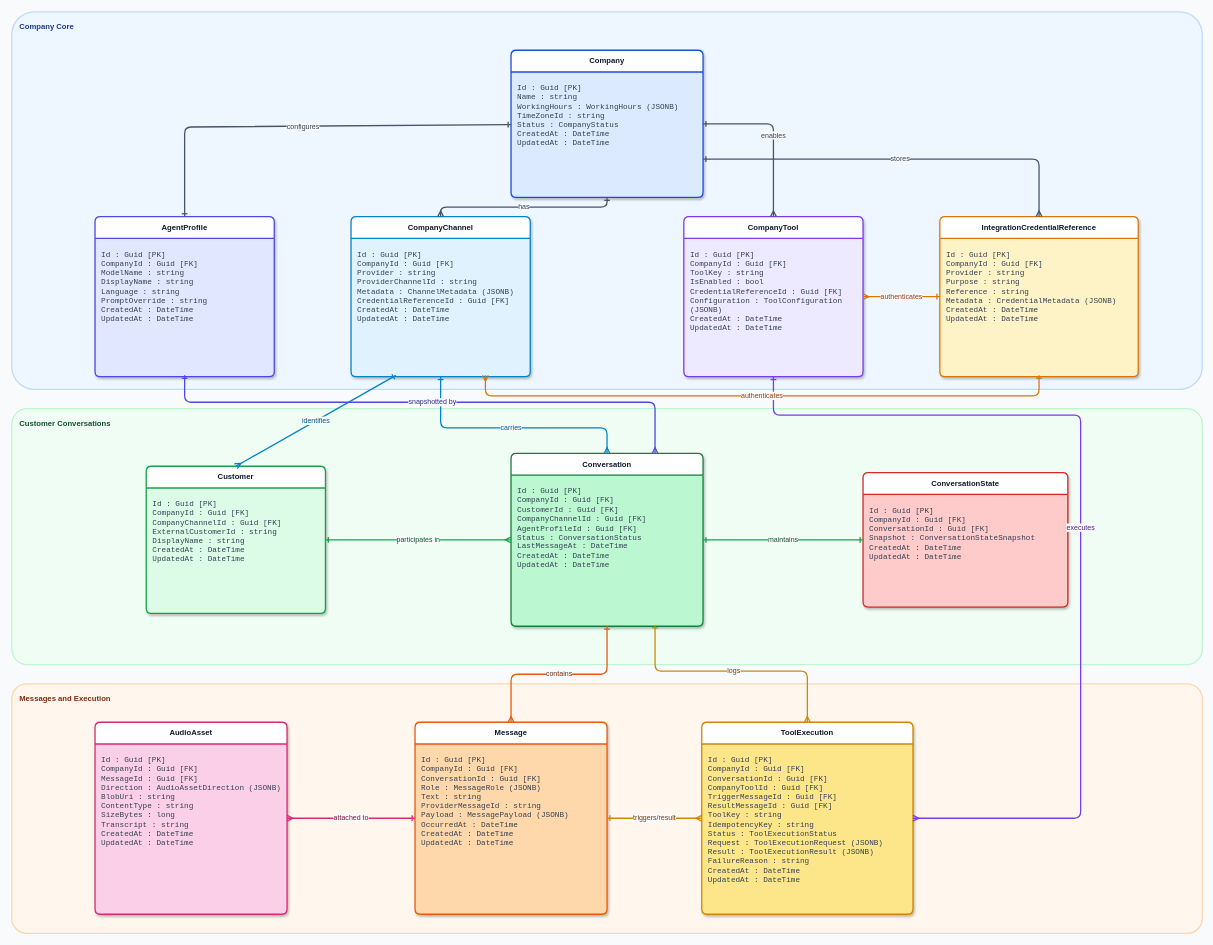
Above: docs/database_schema.drawio in farenassr/CEOAgent (draw.io), before the change. Source tidied: cells renumbered, new cells numbered last; positions are measured from the earlier drawing's top-left corner, leaving out a move shared by most shapes. Both pictures are drawn from the tidied source at 64%, with x=0, y=0 at pixel (12, 12).
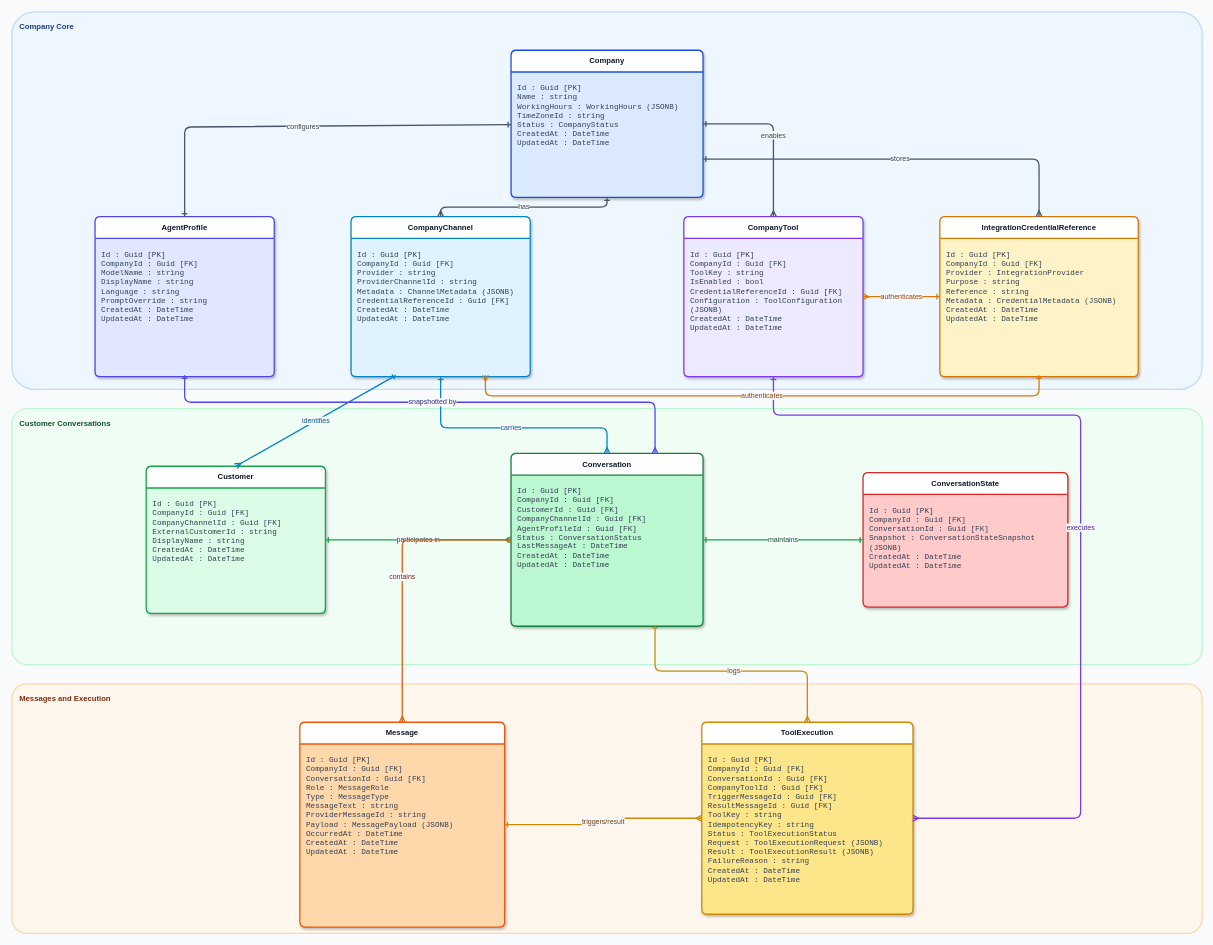
The same diagram, later.

The change refers to these unchanged cells:
```xml
<mxCell id="13" value="IntegrationCredentialReference" style="swimlane;whiteSpace=wrap;html=1;fontStyle=1;rounded=1;arcSize=8;startSize=34;fillColor=#ffffff;swimlaneFillColor=#fef3c7;strokeColor=#d97706;strokeWidth=2;fontColor=#0f172a;shadow=1;" parent="1" vertex="1">
  <mxGeometry x="1450" y="320" width="310" height="250" as="geometry" />
</mxCell>
<mxCell id="19" value="ConversationState" style="swimlane;whiteSpace=wrap;html=1;fontStyle=1;rounded=1;arcSize=8;startSize=34;fillColor=#ffffff;swimlaneFillColor=#fecaca;strokeColor=#dc2626;strokeWidth=2;fontColor=#0f172a;shadow=1;" parent="1" vertex="1">
  <mxGeometry x="1330" y="720" width="320" height="210" as="geometry" />
</mxCell>
```

The edit, as a diff of the source:
```diff
@@
-    <mxCell id="14" value="Id : Guid [PK]&#10;CompanyId : Guid [FK]&#10;Provider : string&#10;Purpose : string&#10;Reference : string&#10;Metadata : CredentialMetadata (JSONB)&#10;CreatedAt : DateTime&#10;UpdatedAt : DateTime" style="text;html=1;align=left;verticalAlign=top;whiteSpace=wrap;overflow=hidden;spacing=10;fontFamily=Consolas;fontSize=12;fontColor=#334155;" parent="13" vertex="1">
+    <mxCell id="14" value="Id : Guid [PK]&#10;CompanyId : Guid [FK]&#10;Provider : IntegrationProvider&#10;Purpose : string&#10;Reference : string&#10;Metadata : CredentialMetadata (JSONB)&#10;CreatedAt : DateTime&#10;UpdatedAt : DateTime" style="text;html=1;align=left;verticalAlign=top;whiteSpace=wrap;overflow=hidden;spacing=10;fontFamily=Consolas;fontSize=12;fontColor=#334155;" parent="13" vertex="1">
       <mxGeometry y="38" width="310" height="210" as="geometry" />
     </mxCell>
@@
-    <mxCell id="20" value="Id : Guid [PK]&lt;br&gt;CompanyId : Guid [FK]&lt;br&gt;ConversationId : Guid [FK]&lt;br&gt;Snapshot : ConversationStateSnapshot&lt;br&gt;CreatedAt : DateTime&lt;br&gt;UpdatedAt : DateTime" style="text;html=1;align=left;verticalAlign=top;whiteSpace=wrap;overflow=hidden;spacing=10;fontFamily=Consolas;fontSize=12;fontColor=#334155;" parent="19" vertex="1">
+    <mxCell id="20" value="Id : Guid [PK]&lt;br&gt;CompanyId : Guid [FK]&lt;br&gt;ConversationId : Guid [FK]&lt;br&gt;Snapshot : ConversationStateSnapshot (JSONB)&lt;br&gt;CreatedAt : DateTime&lt;br&gt;UpdatedAt : DateTime" style="text;html=1;align=left;verticalAlign=top;whiteSpace=wrap;overflow=hidden;spacing=10;fontFamily=Consolas;fontSize=12;fontColor=#334155;" parent="19" vertex="1">
       <mxGeometry y="38" width="280" height="170" as="geometry" />
     </mxCell>
-    <mxCell id="21" value="AudioAsset" style="swimlane;whiteSpace=wrap;html=1;fontStyle=1;rounded=1;arcSize=8;startSize=34;fillColor=#ffffff;swimlaneFillColor=#fbcfe8;strokeColor=#db2777;strokeWidth=2;fontColor=#0f172a;shadow=1;" parent="1" vertex="1">
-      <mxGeometry x="130" y="1110" width="300" height="300" as="geometry" />
-    </mxCell>
-    <mxCell id="22" value="Id : Guid [PK]&lt;br&gt;CompanyId : Guid [FK]&lt;br&gt;MessageId : Guid [FK]&lt;br&gt;Direction : AudioAssetDirection (JSONB)&lt;br&gt;BlobUri : string&lt;br&gt;ContentType : string&lt;br&gt;SizeBytes : long&lt;br&gt;Transcript : string&lt;br&gt;CreatedAt : DateTime&lt;br&gt;UpdatedAt : DateTime" style="text;html=1;align=left;verticalAlign=top;whiteSpace=wrap;overflow=hidden;spacing=10;fontFamily=Consolas;fontSize=12;fontColor=#334155;" parent="21" vertex="1">
-      <mxGeometry y="38" width="300" height="260" as="geometry" />
-    </mxCell>
     <mxCell id="23" value="Message" style="swimlane;whiteSpace=wrap;html=1;fontStyle=1;rounded=1;arcSize=8;startSize=34;fillColor=#ffffff;swimlaneFillColor=#fed7aa;strokeColor=#ea580c;strokeWidth=2;fontColor=#0f172a;shadow=1;" parent="1" vertex="1">
-      <mxGeometry x="630" y="1110" width="300" height="300" as="geometry" />
+      <mxGeometry x="450" y="1110" width="320" height="320" as="geometry" />
     </mxCell>
-    <mxCell id="24" value="Id : Guid [PK]&lt;br&gt;CompanyId : Guid [FK]&lt;br&gt;ConversationId : Guid [FK]&lt;br&gt;Role : MessageRole (JSONB)&lt;br&gt;Text : string&lt;br&gt;ProviderMessageId : string&lt;br&gt;Payload : MessagePayload (JSONB)&lt;br&gt;OccurredAt : DateTime&lt;br&gt;CreatedAt : DateTime&lt;br&gt;UpdatedAt : DateTime" style="text;html=1;align=left;verticalAlign=top;whiteSpace=wrap;overflow=hidden;spacing=10;fontFamily=Consolas;fontSize=12;fontColor=#334155;" parent="23" vertex="1">
-      <mxGeometry y="38" width="300" height="260" as="geometry" />
+    <mxCell id="24" value="Id : Guid [PK]&lt;br&gt;CompanyId : Guid [FK]&lt;br&gt;ConversationId : Guid [FK]&lt;br&gt;Role : MessageRole&lt;br&gt;Type : MessageType&lt;br&gt;MessageText : string&lt;br&gt;ProviderMessageId : string&lt;br&gt;Payload : MessagePayload (JSONB)&lt;br&gt;OccurredAt : DateTime&lt;br&gt;CreatedAt : DateTime&lt;br&gt;UpdatedAt : DateTime" style="text;html=1;align=left;verticalAlign=top;whiteSpace=wrap;overflow=hidden;spacing=10;fontFamily=Consolas;fontSize=12;fontColor=#334155;" parent="23" vertex="1">
+      <mxGeometry y="38" width="320" height="280" as="geometry" />
     </mxCell>
@@
-    <mxCell id="38" value="attached to" style="edgeStyle=orthogonalEdgeStyle;rounded=1;html=1;endArrow=ERmany;startArrow=ERone;strokeColor=#db2777;strokeWidth=2;fontColor=#831843;labelBackgroundColor=#f8fafc;" parent="1" edge="1" source="23" target="21">
-      <mxGeometry relative="1" as="geometry" />
-    </mxCell>
```
